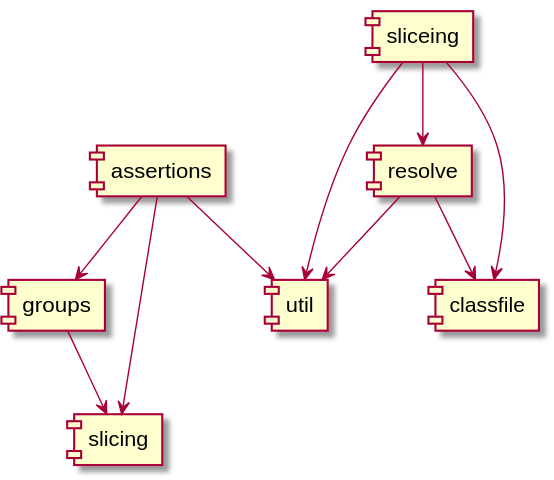
This is docs/images/dessert-components.svg from anderscore-hjhessmann/dessert-presentation, a PlantUML export, as it was before one commit.
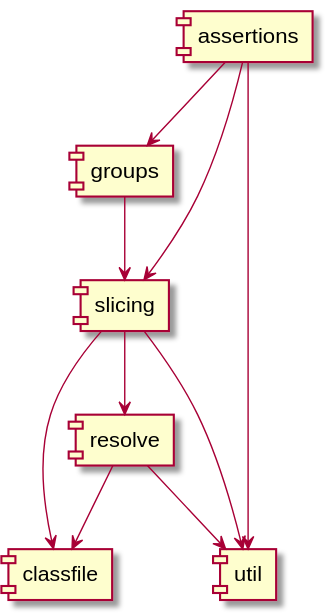
The same diagram one commit later.

Commit message:
Berichtigt Komponentendiagramm von dessert.

Change to the diagram source:
```diff
@@ -1,18 +1,11 @@
 @startuml
-[assertions]
-[groups]
-[sliceing]
-[resolve]
-[util]
-[classfile]
-
 [assertions] --> [groups]
 [assertions] --> [slicing]
 [assertions] --> [util]
 [groups] --> [slicing]
-[sliceing] --> [resolve]
-[sliceing] --> [util]
-[sliceing] --> [classfile]
+[slicing] --> [resolve]
+[slicing] --> [util]
+[slicing] --> [classfile]
 [resolve] --> [util]
 [resolve] --> [classfile]
 @enduml
```
